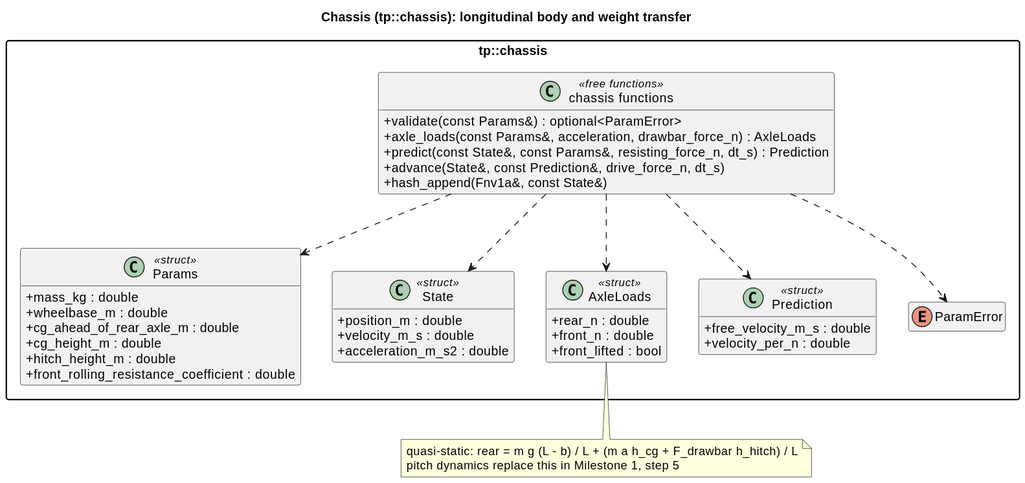
wversteeg/TractorPulling keeps this PlantUML diagram as docs/diagrams/svg/chassis_classes.svg. Above is the earlier version. The source it was exported from:
```plantuml
@startuml
title Chassis (tp::chassis): longitudinal body and weight transfer
hide empty members
skinparam packageStyle rectangle
skinparam classAttributeIconSize 0

package "tp::chassis" {
  class Params <<struct>> {
    +mass_kg : double
    +wheelbase_m : double
    +cg_ahead_of_rear_axle_m : double
    +cg_height_m : double
    +hitch_height_m : double
    +front_rolling_resistance_coefficient : double
  }
  class State <<struct>> {
    +position_m : double
    +velocity_m_s : double
    +acceleration_m_s2 : double
  }
  class AxleLoads <<struct>> {
    +rear_n : double
    +front_n : double
    +front_lifted : bool
  }
  class Prediction <<struct>> {
    +free_velocity_m_s : double
    +velocity_per_n : double
  }
  enum ParamError
  class "chassis functions" as ChassisFns <<free functions>> {
    +validate(const Params&) : optional<ParamError>
    +axle_loads(const Params&, acceleration, drawbar_force_n) : AxleLoads
    +predict(const State&, const Params&, resisting_force_n, dt_s) : Prediction
    +advance(State&, const Prediction&, drive_force_n, dt_s)
    +hash_append(Fnv1a&, const State&)
  }
  ChassisFns ..> Params
  ChassisFns ..> State
  ChassisFns ..> AxleLoads
  ChassisFns ..> Prediction
  ChassisFns ..> ParamError
}
note bottom of AxleLoads
  quasi-static: rear = m g (L - b) / L + (m a h_cg + F_drawbar h_hitch) / L
  pitch dynamics replace this in Milestone 1, step 5
end note
@enduml
```
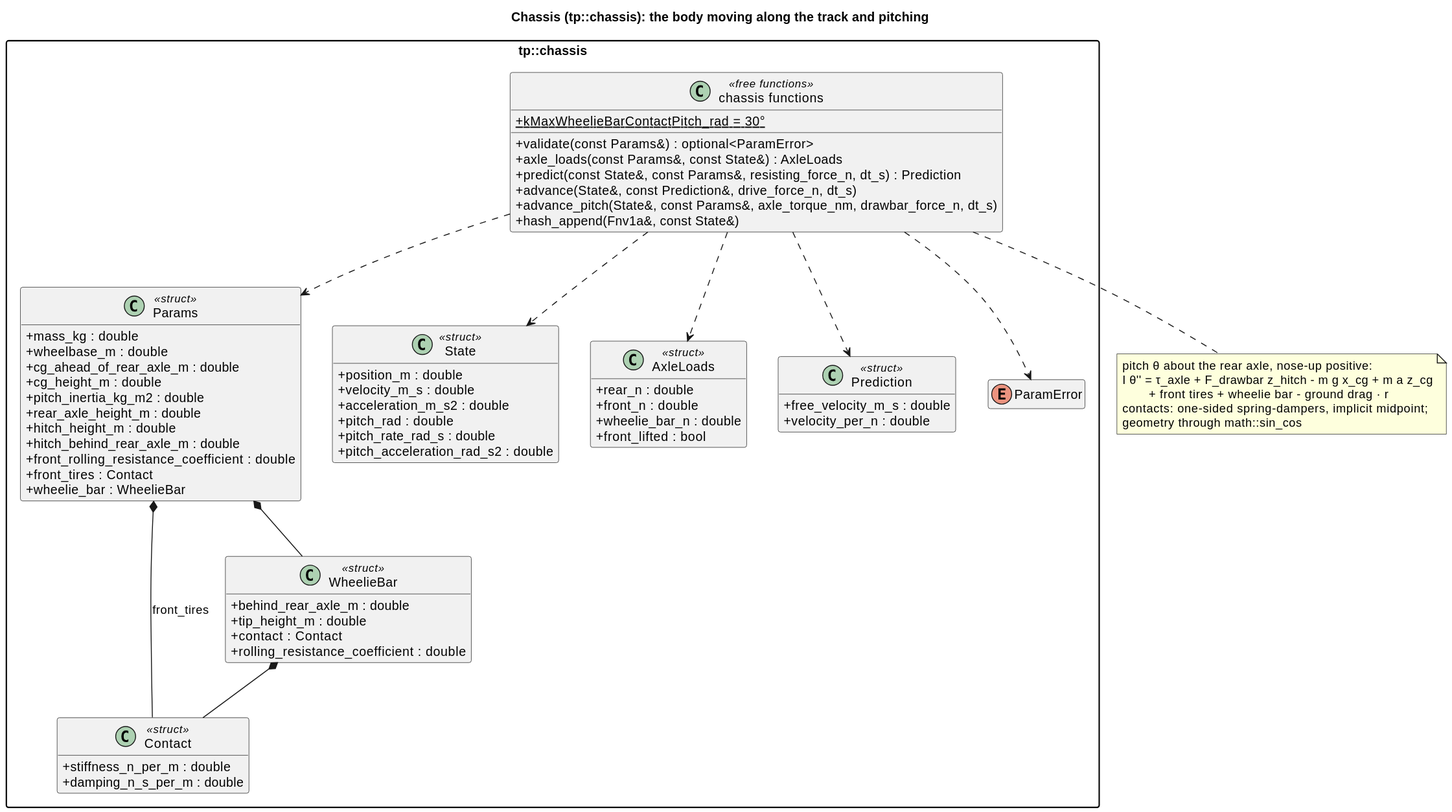
After the change.

Commit message:
Document pitch: diagrams, conventions and architecture

Diff of the diagram source:
```diff
@@ -1,5 +1,5 @@
 @startuml
-title Chassis (tp::chassis): longitudinal body and weight transfer
+title Chassis (tp::chassis): the body moving along the track and pitching
 hide empty members
 skinparam packageStyle rectangle
 skinparam classAttributeIconSize 0
@@ -10,17 +10,36 @@
     +wheelbase_m : double
     +cg_ahead_of_rear_axle_m : double
     +cg_height_m : double
+    +pitch_inertia_kg_m2 : double
+    +rear_axle_height_m : double
     +hitch_height_m : double
+    +hitch_behind_rear_axle_m : double
     +front_rolling_resistance_coefficient : double
+    +front_tires : Contact
+    +wheelie_bar : WheelieBar
+  }
+  class Contact <<struct>> {
+    +stiffness_n_per_m : double
+    +damping_n_s_per_m : double
+  }
+  class WheelieBar <<struct>> {
+    +behind_rear_axle_m : double
+    +tip_height_m : double
+    +contact : Contact
+    +rolling_resistance_coefficient : double
   }
   class State <<struct>> {
     +position_m : double
     +velocity_m_s : double
     +acceleration_m_s2 : double
+    +pitch_rad : double
+    +pitch_rate_rad_s : double
+    +pitch_acceleration_rad_s2 : double
   }
   class AxleLoads <<struct>> {
     +rear_n : double
     +front_n : double
+    +wheelie_bar_n : double
     +front_lifted : bool
   }
   class Prediction <<struct>> {
@@ -29,20 +48,28 @@
   }
   enum ParamError
   class "chassis functions" as ChassisFns <<free functions>> {
+    +{static} kMaxWheelieBarContactPitch_rad = 30°
     +validate(const Params&) : optional<ParamError>
-    +axle_loads(const Params&, acceleration, drawbar_force_n) : AxleLoads
+    +axle_loads(const Params&, const State&) : AxleLoads
     +predict(const State&, const Params&, resisting_force_n, dt_s) : Prediction
     +advance(State&, const Prediction&, drive_force_n, dt_s)
+    +advance_pitch(State&, const Params&, axle_torque_nm, drawbar_force_n, dt_s)
     +hash_append(Fnv1a&, const State&)
   }
+  Params *-- Contact : front_tires
+  Params *-- WheelieBar
+  WheelieBar *-- Contact
   ChassisFns ..> Params
   ChassisFns ..> State
   ChassisFns ..> AxleLoads
   ChassisFns ..> Prediction
   ChassisFns ..> ParamError
 }
-note bottom of AxleLoads
-  quasi-static: rear = m g (L - b) / L + (m a h_cg + F_drawbar h_hitch) / L
-  pitch dynamics replace this in Milestone 1, step 5
+note bottom of ChassisFns
+  pitch θ about the rear axle, nose-up positive:
+  I θ'' = τ_axle + F_drawbar z_hitch - m g x_cg + m a z_cg
+          + front tires + wheelie bar - ground drag · r
+  contacts: one-sided spring-dampers, implicit midpoint;
+  geometry through math::sin_cos
 end note
 @enduml
```
